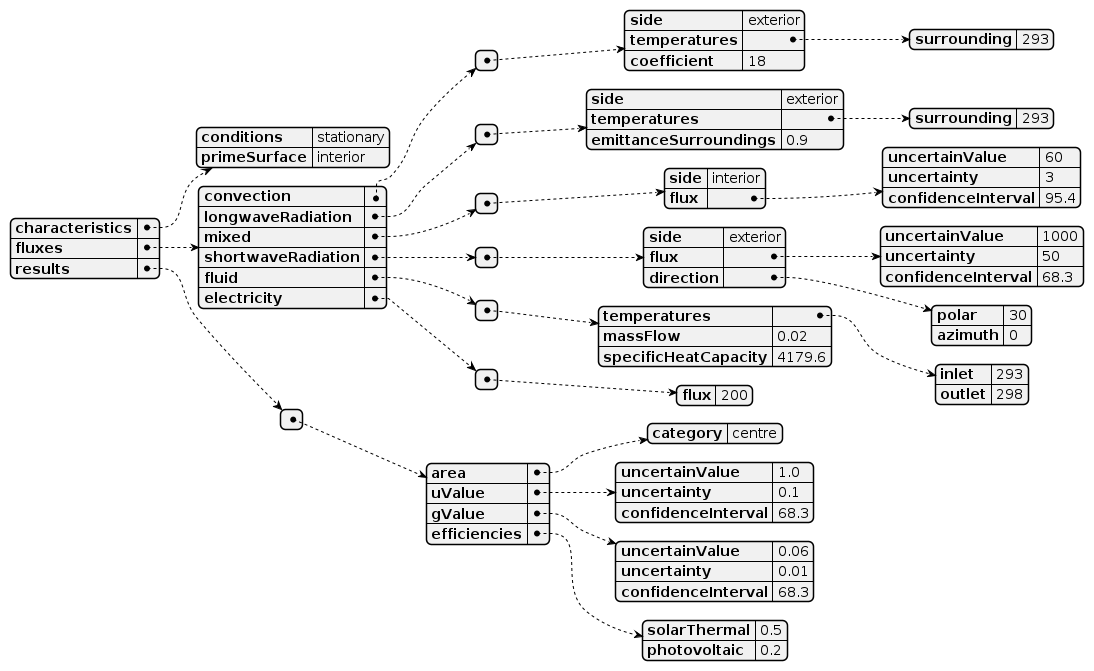
Before: docs/diagrams/out/calorimetricData/semiTransparentBipvtDiagram/semiTransparentBipvtCalorimetric.png, a diagram exported from PlantUML (building-envelope-data/api). Source of this version:
```plantuml
@startjson semiTransparentBipvtCalorimetric
{
  "characteristics": {
    "conditions": "stationary",
    "primeSurface": "interior"
  },
  "fluxes": {
    "convection": [
      {
        "side": "exterior",
        "temperatures": {
          "surrounding": 293
        },
        "coefficient": 18
      }
    ],
    "longwaveRadiation": [
      {
        "side": "exterior",
        "temperatures": {
          "surrounding": 293
        },
        "emittanceSurroundings": 0.9
      }
    ],
    "mixed": [
      {
        "side": "interior",
        "flux": {
          "uncertainValue": 60,
          "uncertainty": 3,
          "confidenceInterval": 95.4
        }
      }
    ],
    "shortwaveRadiation": [
      {
        "side": "exterior",
        "flux": {
          "uncertainValue": 1000,
          "uncertainty": 50,
          "confidenceInterval": 68.3
        },
        "direction": {
          "polar": 30,
          "azimuth": 0
        }
      }
    ],
    "fluid": [
      {
        "temperatures": {
          "inlet": 293,
          "outlet": 298
        },
        "massFlow": 0.02,
        "specificHeatCapacity": 4179.6
      }
    ],
    "electricity": [
      {
        "flux": 200
      }
    ]
  },
  "results": [
    {
      "area": {
        "category": "centre"
      },
      "uValue": {
        "uncertainValue": 1.0,
        "uncertainty": 0.1,
        "confidenceInterval": 68.3
      },
      "gValue": {
        "uncertainValue": 0.06,
        "uncertainty": 0.01,
        "confidenceInterval": 68.3
      },
      "efficiencies": {
        "solarThermal": 0.5,
        "photovoltaic": 0.2
      }
    }
  ]
}
@endjson
```
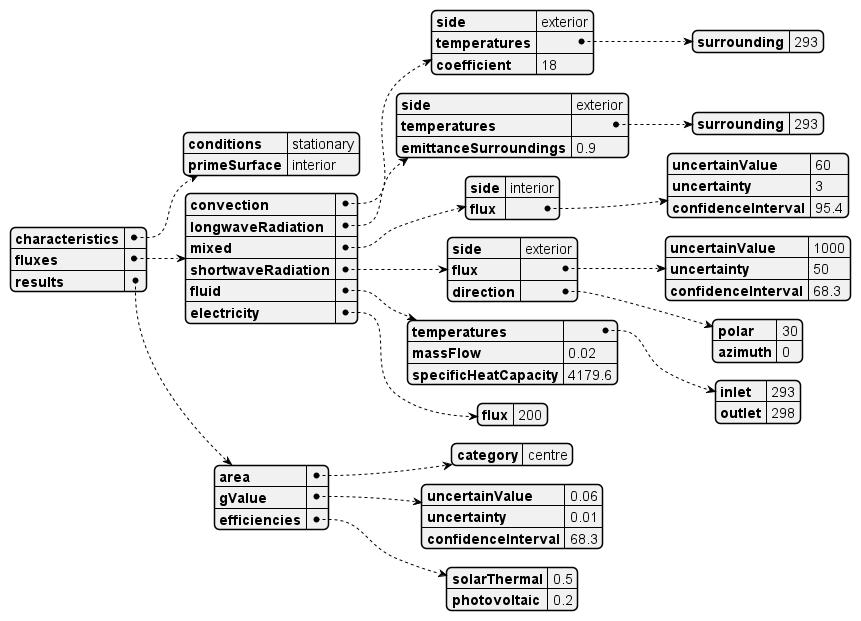
After the commit.

Diff of the diagram source:
```diff
@@ -3,86 +3,89 @@
   "characteristics": {
     "conditions": "stationary",
     "primeSurface": "interior"
-  },
+  }
+  ,
   "fluxes": {
-    "convection": [
-      {
-        "side": "exterior",
-        "temperatures": {
-          "surrounding": 293
-        },
-        "coefficient": 18
+    "convection":
+    {
+      "side": "exterior",
+      "temperatures": {
+        "surrounding": 293
       }
-    ],
-    "longwaveRadiation": [
-      {
-        "side": "exterior",
-        "temperatures": {
-          "surrounding": 293
-        },
-        "emittanceSurroundings": 0.9
+      ,
+      "coefficient": 18
+    }
+    ,
+    "longwaveRadiation":
+    {
+      "side": "exterior",
+      "temperatures": {
+        "surrounding": 293
       }
-    ],
-    "mixed": [
-      {
-        "side": "interior",
-        "flux": {
-          "uncertainValue": 60,
-          "uncertainty": 3,
-          "confidenceInterval": 95.4
-        }
-      }
-    ],
-    "shortwaveRadiation": [
-      {
-        "side": "exterior",
-        "flux": {
-          "uncertainValue": 1000,
-          "uncertainty": 50,
-          "confidenceInterval": 68.3
-        },
-        "direction": {
-          "polar": 30,
-          "azimuth": 0
-        }
-      }
-    ],
-    "fluid": [
-      {
-        "temperatures": {
-          "inlet": 293,
-          "outlet": 298
-        },
-        "massFlow": 0.02,
-        "specificHeatCapacity": 4179.6
-      }
-    ],
-    "electricity": [
-      {
-        "flux": 200
-      }
-    ]
-  },
-  "results": [
+      ,
+      "emittanceSurroundings": 0.9
+    }
+    ,
+    "mixed":
     {
-      "area": {
-        "category": "centre"
-      },
-      "uValue": {
-        "uncertainValue": 1.0,
-        "uncertainty": 0.1,
-        "confidenceInterval": 68.3
-      },
-      "gValue": {
-        "uncertainValue": 0.06,
-        "uncertainty": 0.01,
-        "confidenceInterval": 68.3
-      },
-      "efficiencies": {
-        "solarThermal": 0.5,
-        "photovoltaic": 0.2
+      "side": "interior",
+      "flux": {
+        "uncertainValue": 60,
+        "uncertainty": 3,
+        "confidenceInterval": 95.4
       }
     }
-  ]
+    ,
+    "shortwaveRadiation":
+    {
+      "side": "exterior",
+      "flux": {
+        "uncertainValue": 1000,
+        "uncertainty": 50,
+        "confidenceInterval": 68.3
+      }
+      ,
+      "direction": {
+        "polar": 30,
+        "azimuth": 0
+      }
+    }
+    ,
+    "fluid":
+    {
+      "temperatures": {
+        "inlet": 293,
+        "outlet": 298
+      }
+      ,
+      "massFlow": 0.02,
+      "specificHeatCapacity": 4179.6
+    }
+    ,
+    "electricity":
+    {
+      "flux": 200
+    }
+
+  }
+  ,
+  "results":
+  {
+    "area": {
+      "category": "centre"
+    }
+    ,
+    "gValue": {
+      "uncertainValue": 0.06,
+      "uncertainty": 0.01,
+      "confidenceInterval": 68.3
+    }
+    ,
+    "efficiencies": {
+      "solarThermal": 0.5,
+      "photovoltaic": 0.2
+    }
+  }
+
 }
 @endjson
```
